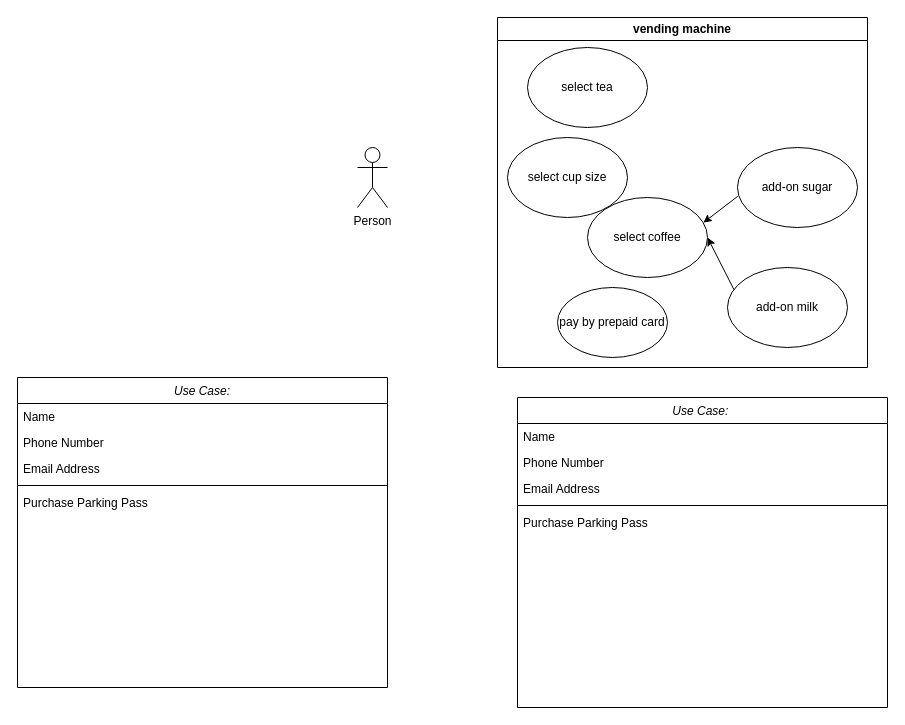
gablmao/library-system keeps this draw.io diagram as Untitled Diagram.drawio. Above is the earlier version. Source tidied: cells renumbered, new cells numbered last; positions are measured from the earlier drawing's top-left corner, leaving out a move shared by most shapes. Both pictures are drawn from the tidied source at 100%, with x=0, y=0 at pixel (17, 17).
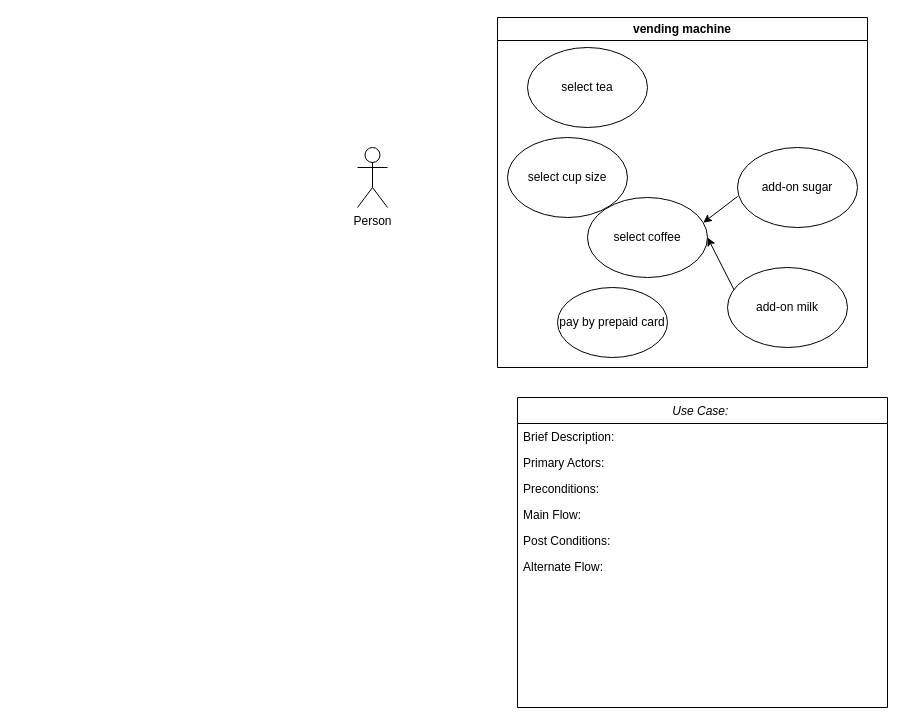
The same diagram, later.

Unchanged cells that the change refers to:
```xml
<mxCell id="8" value="Use Case: " style="swimlane;fontStyle=2;align=center;verticalAlign=top;horizontal=1;startSize=26;rounded=0;shadow=0;strokeWidth=1;" parent="1" vertex="1">
  <mxGeometry x="500" y="380" width="370" height="310" as="geometry" />
</mxCell>
```

Diff of the diagram source:
```diff
@@
-    <mxCell id="2" value="Use Case:" style="swimlane;fontStyle=2;align=center;verticalAlign=top;horizontal=1;startSize=26;rounded=0;shadow=0;strokeWidth=1;" parent="1" vertex="1">
-      <mxGeometry y="360" width="370" height="310" as="geometry" />
-    </mxCell>
-    <mxCell id="3" value="Name" style="text;align=left;verticalAlign=top;spacingLeft=4;spacingRight=4;overflow=hidden;" parent="2" vertex="1">
-      <mxGeometry y="26" width="370" height="26" as="geometry" />
-    </mxCell>
-    <mxCell id="4" value="Phone Number" style="text;align=left;verticalAlign=top;spacingLeft=4;spacingRight=4;overflow=hidden;rounded=0;shadow=0;html=0;" parent="2" vertex="1">
-      <mxGeometry y="52" width="370" height="26" as="geometry" />
-    </mxCell>
-    <mxCell id="5" value="Email Address" style="text;align=left;verticalAlign=top;spacingLeft=4;spacingRight=4;overflow=hidden;rounded=0;shadow=0;html=0;" parent="2" vertex="1">
-      <mxGeometry y="78" width="370" height="26" as="geometry" />
-    </mxCell>
-    <mxCell id="6" style="line;html=1;strokeWidth=1;align=left;verticalAlign=middle;spacingTop=-1;spacingLeft=3;spacingRight=3;labelPosition=right;" parent="2" vertex="1">
-      <mxGeometry y="104" width="370" height="8" as="geometry" />
-    </mxCell>
-    <mxCell id="7" value="Purchase Parking Pass" style="text;align=left;verticalAlign=top;spacingLeft=4;spacingRight=4;overflow=hidden;" parent="2" vertex="1">
-      <mxGeometry y="112" width="370" height="26" as="geometry" />
-    </mxCell>
@@
-    <mxCell id="9" value="Name" style="text;align=left;verticalAlign=top;spacingLeft=4;spacingRight=4;overflow=hidden;" parent="8" vertex="1">
+    <mxCell id="9" value="Brief Description: " style="text;align=left;verticalAlign=top;spacingLeft=4;spacingRight=4;overflow=hidden;" parent="8" vertex="1">
       <mxGeometry y="26" width="370" height="26" as="geometry" />
     </mxCell>
-    <mxCell id="10" value="Phone Number" style="text;align=left;verticalAlign=top;spacingLeft=4;spacingRight=4;overflow=hidden;rounded=0;shadow=0;html=0;" parent="8" vertex="1">
+    <mxCell id="10" value="Primary Actors: " style="text;align=left;verticalAlign=top;spacingLeft=4;spacingRight=4;overflow=hidden;rounded=0;shadow=0;html=0;" parent="8" vertex="1">
       <mxGeometry y="52" width="370" height="26" as="geometry" />
     </mxCell>
-    <mxCell id="11" value="Email Address" style="text;align=left;verticalAlign=top;spacingLeft=4;spacingRight=4;overflow=hidden;rounded=0;shadow=0;html=0;" parent="8" vertex="1">
+    <mxCell id="11" value="Preconditions: " style="text;align=left;verticalAlign=top;spacingLeft=4;spacingRight=4;overflow=hidden;rounded=0;shadow=0;html=0;" parent="8" vertex="1">
       <mxGeometry y="78" width="370" height="26" as="geometry" />
     </mxCell>
-    <mxCell id="12" style="line;html=1;strokeWidth=1;align=left;verticalAlign=middle;spacingTop=-1;spacingLeft=3;spacingRight=3;labelPosition=right;" parent="8" vertex="1">
-      <mxGeometry y="104" width="370" height="8" as="geometry" />
-    </mxCell>
-    <mxCell id="13" value="Purchase Parking Pass" style="text;align=left;verticalAlign=top;spacingLeft=4;spacingRight=4;overflow=hidden;" parent="8" vertex="1">
-      <mxGeometry y="112" width="370" height="26" as="geometry" />
+    <mxCell id="13" value="Main Flow: " style="text;align=left;verticalAlign=top;spacingLeft=4;spacingRight=4;overflow=hidden;" parent="8" vertex="1">
+      <mxGeometry y="104" width="370" height="26" as="geometry" />
     </mxCell>
+    <mxCell id="24" value="Post Conditions:" style="text;align=left;verticalAlign=top;spacingLeft=4;spacingRight=4;overflow=hidden;" parent="8" vertex="1">
+      <mxGeometry y="130" width="370" height="26" as="geometry" />
+    </mxCell>
+    <mxCell id="25" value="Alternate Flow:" style="text;align=left;verticalAlign=top;spacingLeft=4;spacingRight=4;overflow=hidden;" parent="8" vertex="1">
+      <mxGeometry y="156" width="370" height="26" as="geometry" />
+    </mxCell>
```
